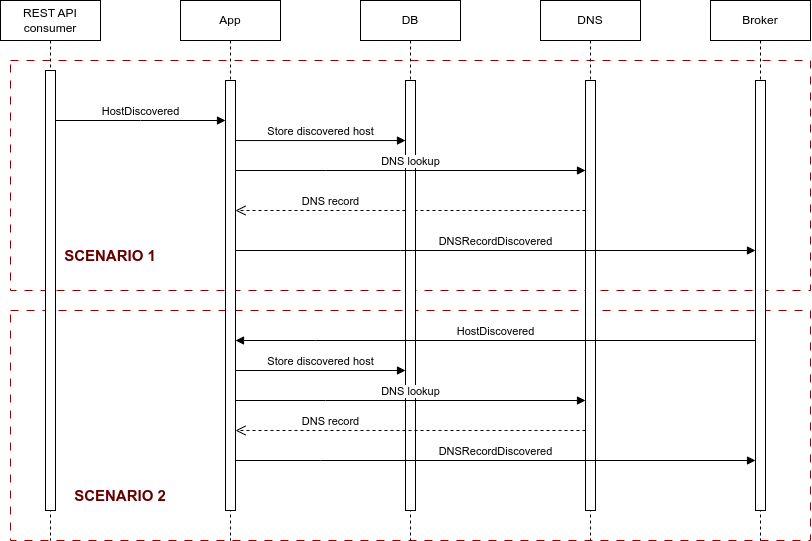
antavelos/darktrace keeps this draw.io diagram as doc/sequence-diagram.png. Above is the earlier version. Source tidied: cells renumbered, new cells last; positions are measured from the earlier drawing's top-left corner, leaving out a move shared by most shapes. Source of this version:
```xml
<mxGraphModel>
  <root>
    <mxCell id="0" />
    <mxCell id="1" parent="0" />
    <mxCell id="2" style="rounded=0;whiteSpace=wrap;html=1;fillColor=none;dashed=1;strokeColor=#990000;glass=0;shadow=0;dashPattern=8 8;" parent="1" vertex="1">
      <mxGeometry x="10" y="310" width="800" height="230" as="geometry" />
    </mxCell>
    <mxCell id="3" style="rounded=0;whiteSpace=wrap;html=1;fillColor=none;dashed=1;strokeColor=#990000;glass=0;shadow=0;dashPattern=8 8;" parent="1" vertex="1">
      <mxGeometry x="10" y="60" width="800" height="230" as="geometry" />
    </mxCell>
    <mxCell id="4" value="REST API consumer" style="shape=umlLifeline;perimeter=lifelinePerimeter;whiteSpace=wrap;html=1;newEdgeStyle={&quot;edgeStyle&quot;:&quot;elbowEdgeStyle&quot;,&quot;elbow&quot;:&quot;vertical&quot;,&quot;curved&quot;:0,&quot;rounded&quot;:0};" parent="1" vertex="1">
      <mxGeometry width="100" height="540" as="geometry" />
    </mxCell>
    <mxCell id="5" style="html=1;perimeter=orthogonalPerimeter;targetShapes=umlLifeline;newEdgeStyle={&quot;edgeStyle&quot;:&quot;elbowEdgeStyle&quot;,&quot;elbow&quot;:&quot;vertical&quot;,&quot;curved&quot;:0,&quot;rounded&quot;:0};" parent="4" vertex="1">
      <mxGeometry x="45" y="70" width="10" height="440" as="geometry" />
    </mxCell>
    <mxCell id="6" value="App" style="shape=umlLifeline;perimeter=lifelinePerimeter;whiteSpace=wrap;html=1;newEdgeStyle={&quot;edgeStyle&quot;:&quot;elbowEdgeStyle&quot;,&quot;elbow&quot;:&quot;vertical&quot;,&quot;curved&quot;:0,&quot;rounded&quot;:0};" parent="1" vertex="1">
      <mxGeometry x="180" width="100" height="540" as="geometry" />
    </mxCell>
    <mxCell id="7" style="html=1;points=[];perimeter=orthogonalPerimeter;outlineConnect=0;targetShapes=umlLifeline;portConstraint=eastwest;newEdgeStyle={&quot;edgeStyle&quot;:&quot;elbowEdgeStyle&quot;,&quot;elbow&quot;:&quot;vertical&quot;,&quot;curved&quot;:0,&quot;rounded&quot;:0};" parent="6" vertex="1">
      <mxGeometry x="45" y="80" width="10" height="430" as="geometry" />
    </mxCell>
    <mxCell id="8" value="HostDiscovered" style="html=1;verticalAlign=bottom;endArrow=block;edgeStyle=elbowEdgeStyle;elbow=vertical;curved=0;rounded=0;" parent="1" edge="1">
      <mxGeometry relative="1" as="geometry">
        <mxPoint x="55" y="120" as="sourcePoint" />
        <mxPoint x="225" y="120" as="targetPoint" />
        <Array as="points">
          <mxPoint x="140" y="120" />
        </Array>
      </mxGeometry>
    </mxCell>
    <mxCell id="9" value="DNS record" style="html=1;verticalAlign=bottom;endArrow=open;dashed=1;endSize=8;edgeStyle=elbowEdgeStyle;elbow=vertical;curved=0;rounded=0;" parent="1" edge="1">
      <mxGeometry x="0.46" relative="1" as="geometry">
        <mxPoint x="585" y="210" as="sourcePoint" />
        <mxPoint x="235" y="210" as="targetPoint" />
        <Array as="points">
          <mxPoint x="505" y="210" />
        </Array>
      </mxGeometry>
    </mxCell>
    <mxCell id="10" value="DB" style="shape=umlLifeline;perimeter=lifelinePerimeter;whiteSpace=wrap;html=1;newEdgeStyle={&quot;edgeStyle&quot;:&quot;elbowEdgeStyle&quot;,&quot;elbow&quot;:&quot;vertical&quot;,&quot;curved&quot;:0,&quot;rounded&quot;:0};" parent="1" vertex="1">
      <mxGeometry x="360" width="100" height="540" as="geometry" />
    </mxCell>
    <mxCell id="11" style="html=1;points=[];perimeter=orthogonalPerimeter;outlineConnect=0;targetShapes=umlLifeline;portConstraint=eastwest;newEdgeStyle={&quot;edgeStyle&quot;:&quot;elbowEdgeStyle&quot;,&quot;elbow&quot;:&quot;vertical&quot;,&quot;curved&quot;:0,&quot;rounded&quot;:0};" parent="10" vertex="1">
      <mxGeometry x="45" y="80" width="10" height="430" as="geometry" />
    </mxCell>
    <mxCell id="12" value="DNS" style="shape=umlLifeline;perimeter=lifelinePerimeter;whiteSpace=wrap;html=1;newEdgeStyle={&quot;edgeStyle&quot;:&quot;elbowEdgeStyle&quot;,&quot;elbow&quot;:&quot;vertical&quot;,&quot;curved&quot;:0,&quot;rounded&quot;:0};" parent="1" vertex="1">
      <mxGeometry x="540" width="100" height="540" as="geometry" />
    </mxCell>
    <mxCell id="13" style="html=1;perimeter=orthogonalPerimeter;targetShapes=umlLifeline;newEdgeStyle={&quot;edgeStyle&quot;:&quot;elbowEdgeStyle&quot;,&quot;elbow&quot;:&quot;vertical&quot;,&quot;curved&quot;:0,&quot;rounded&quot;:0};" parent="12" vertex="1">
      <mxGeometry x="45" y="80" width="10" height="430" as="geometry" />
    </mxCell>
    <mxCell id="14" value="DNS lookup" style="html=1;verticalAlign=bottom;endArrow=block;edgeStyle=elbowEdgeStyle;elbow=vertical;curved=0;rounded=0;" parent="1" edge="1">
      <mxGeometry relative="1" as="geometry">
        <mxPoint x="235" y="170" as="sourcePoint" />
        <mxPoint x="585" y="170" as="targetPoint" />
        <Array as="points">
          <mxPoint x="325" y="170" />
        </Array>
      </mxGeometry>
    </mxCell>
    <mxCell id="15" value="DNSRecordDiscovered" style="html=1;verticalAlign=bottom;endArrow=block;edgeStyle=elbowEdgeStyle;elbow=vertical;curved=0;rounded=0;" parent="1" edge="1" source="7" target="23">
      <mxGeometry relative="1" as="geometry">
        <Array as="points">
          <mxPoint x="400" y="250" />
        </Array>
      </mxGeometry>
    </mxCell>
    <mxCell id="16" value="HostDiscovered" style="html=1;verticalAlign=bottom;endArrow=block;edgeStyle=elbowEdgeStyle;elbow=vertical;curved=0;rounded=0;" parent="1" edge="1" source="23" target="7">
      <mxGeometry relative="1" as="geometry">
        <Array as="points">
          <mxPoint x="315" y="340" />
        </Array>
      </mxGeometry>
    </mxCell>
    <mxCell id="17" value="DNS lookup" style="html=1;verticalAlign=bottom;endArrow=block;edgeStyle=elbowEdgeStyle;elbow=vertical;curved=0;rounded=0;" parent="1" edge="1">
      <mxGeometry relative="1" as="geometry">
        <mxPoint x="235" y="400" as="sourcePoint" />
        <mxPoint x="585" y="400" as="targetPoint" />
        <Array as="points">
          <mxPoint x="325" y="400" />
        </Array>
      </mxGeometry>
    </mxCell>
    <mxCell id="18" value="DNS record" style="html=1;verticalAlign=bottom;endArrow=open;dashed=1;endSize=8;edgeStyle=elbowEdgeStyle;elbow=vertical;curved=0;rounded=0;" parent="1" edge="1">
      <mxGeometry x="0.46" relative="1" as="geometry">
        <mxPoint x="585" y="430" as="sourcePoint" />
        <mxPoint x="235" y="430" as="targetPoint" />
        <Array as="points">
          <mxPoint x="505" y="430" />
        </Array>
      </mxGeometry>
    </mxCell>
    <mxCell id="19" value="DNSRecordDiscovered" style="html=1;verticalAlign=bottom;endArrow=block;edgeStyle=elbowEdgeStyle;elbow=vertical;curved=0;rounded=0;" parent="1" edge="1" source="7" target="23">
      <mxGeometry relative="1" as="geometry">
        <Array as="points">
          <mxPoint x="320" y="460" />
        </Array>
      </mxGeometry>
    </mxCell>
    <mxCell id="20" value="&lt;b style=&quot;font-size: 15px;&quot;&gt;SCENARIO 1&lt;/b&gt;" style="text;html=1;align=center;verticalAlign=middle;whiteSpace=wrap;rounded=0;fontColor=#660000;fontSize=15;" parent="1" vertex="1">
      <mxGeometry x="60" y="240" width="100" height="30" as="geometry" />
    </mxCell>
    <mxCell id="21" value="&lt;b style=&quot;font-size: 15px;&quot;&gt;SCENARIO 2&lt;/b&gt;" style="text;html=1;align=center;verticalAlign=middle;whiteSpace=wrap;rounded=0;fontColor=#660000;fontSize=15;" parent="1" vertex="1">
      <mxGeometry x="70" y="480" width="100" height="30" as="geometry" />
    </mxCell>
    <mxCell id="22" value="Broker" style="shape=umlLifeline;perimeter=lifelinePerimeter;whiteSpace=wrap;html=1;newEdgeStyle={&quot;edgeStyle&quot;:&quot;elbowEdgeStyle&quot;,&quot;elbow&quot;:&quot;vertical&quot;,&quot;curved&quot;:0,&quot;rounded&quot;:0};" parent="1" vertex="1">
      <mxGeometry x="710" width="100" height="540" as="geometry" />
    </mxCell>
    <mxCell id="23" style="html=1;points=[];perimeter=orthogonalPerimeter;outlineConnect=0;targetShapes=umlLifeline;portConstraint=eastwest;newEdgeStyle={&quot;edgeStyle&quot;:&quot;elbowEdgeStyle&quot;,&quot;elbow&quot;:&quot;vertical&quot;,&quot;curved&quot;:0,&quot;rounded&quot;:0};" parent="22" vertex="1">
      <mxGeometry x="45" y="80" width="10" height="430" as="geometry" />
    </mxCell>
    <mxCell id="24" value="Store discovered host" style="html=1;verticalAlign=bottom;endArrow=block;edgeStyle=elbowEdgeStyle;elbow=vertical;curved=0;rounded=0;" parent="1" edge="1" source="7">
      <mxGeometry relative="1" as="geometry">
        <mxPoint x="405" y="140.2" as="targetPoint" />
      </mxGeometry>
    </mxCell>
    <mxCell id="25" value="Store discovered host" style="html=1;verticalAlign=bottom;endArrow=block;edgeStyle=elbowEdgeStyle;elbow=vertical;curved=0;rounded=0;" parent="1" edge="1" source="7" target="11">
      <mxGeometry relative="1" as="geometry">
        <Array as="points">
          <mxPoint x="400" y="370" />
        </Array>
      </mxGeometry>
    </mxCell>
  </root>
</mxGraphModel>
```
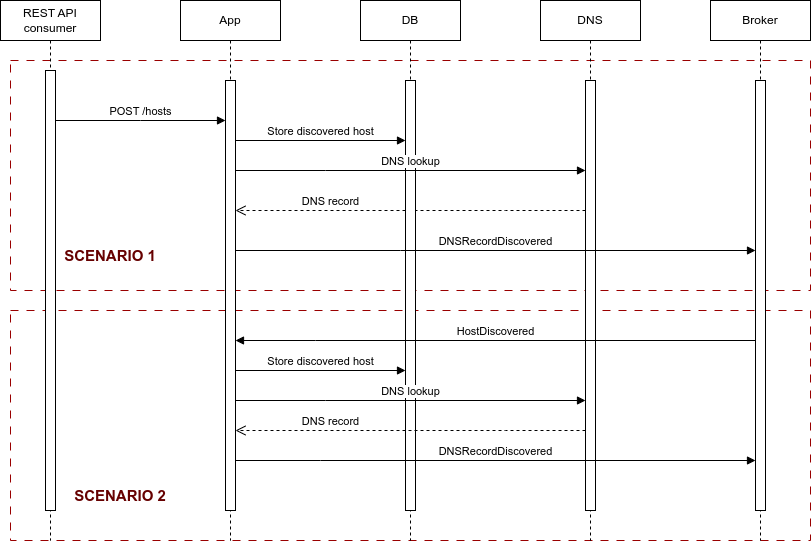
After the commit.

Commit message:
update sequence diagram

The edit, as a diff of the source:
```diff
@@ -20,7 +20,7 @@
     <mxCell id="7" style="html=1;points=[];perimeter=orthogonalPerimeter;outlineConnect=0;targetShapes=umlLifeline;portConstraint=eastwest;newEdgeStyle={&quot;edgeStyle&quot;:&quot;elbowEdgeStyle&quot;,&quot;elbow&quot;:&quot;vertical&quot;,&quot;curved&quot;:0,&quot;rounded&quot;:0};" parent="6" vertex="1">
       <mxGeometry x="45" y="80" width="10" height="430" as="geometry" />
     </mxCell>
-    <mxCell id="8" value="HostDiscovered" style="html=1;verticalAlign=bottom;endArrow=block;edgeStyle=elbowEdgeStyle;elbow=vertical;curved=0;rounded=0;" parent="1" edge="1">
+    <mxCell id="8" value="POST /hosts" style="html=1;verticalAlign=bottom;endArrow=block;edgeStyle=elbowEdgeStyle;elbow=vertical;curved=0;rounded=0;" parent="1" edge="1">
       <mxGeometry relative="1" as="geometry">
         <mxPoint x="55" y="120" as="sourcePoint" />
         <mxPoint x="225" y="120" as="targetPoint" />
```
